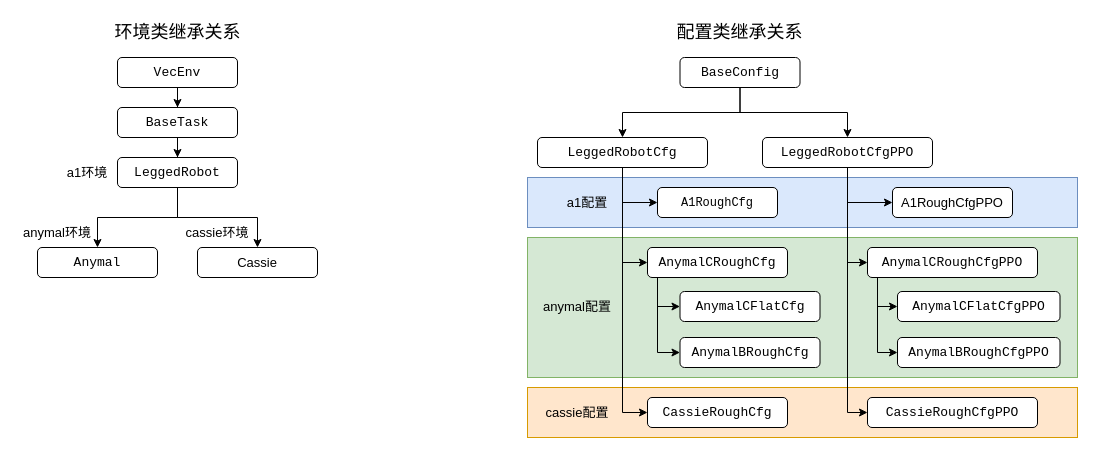
Above: legged_gym.drawio in ChenZheng29/mm_legged_gym (draw.io), before the change. Source tidied: cells renumbered, new cells numbered last; positions are measured from the earlier drawing's top-left corner, leaving out a move shared by most shapes. Both pictures are drawn from the tidied source at 100%, with x=0, y=0 at pixel (17, 17).
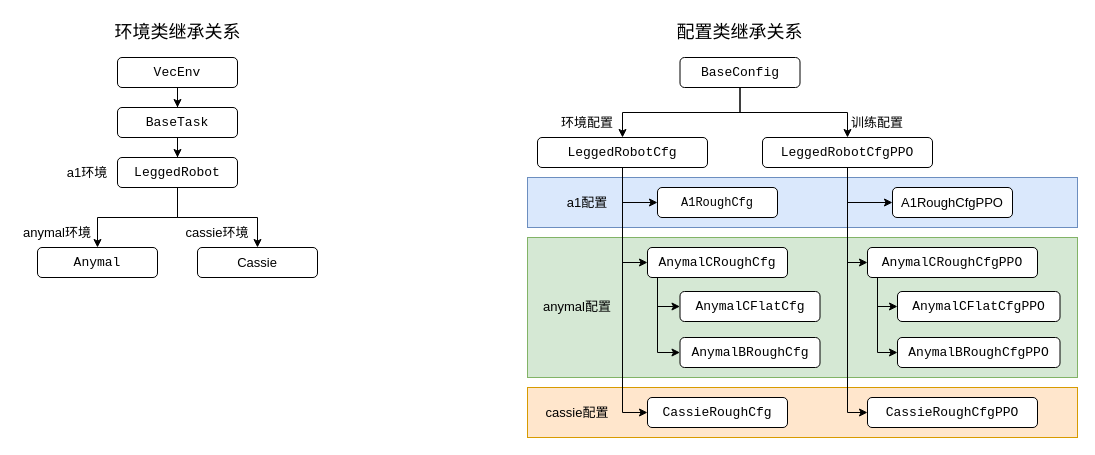
After the change.

The edit, as a diff of the source:
```diff
@@
+    <mxCell id="47" value="&lt;font style=&quot;font-size: 13px;&quot;&gt;环境配置&lt;/font&gt;" style="text;strokeColor=none;align=center;fillColor=none;html=1;verticalAlign=middle;whiteSpace=wrap;rounded=0;" parent="1" vertex="1">
+      <mxGeometry x="540" y="90" width="60" height="30" as="geometry" />
+    </mxCell>
+    <mxCell id="48" value="&lt;font style=&quot;font-size: 13px;&quot;&gt;训练配置&lt;/font&gt;" style="text;strokeColor=none;align=center;fillColor=none;html=1;verticalAlign=middle;whiteSpace=wrap;rounded=0;" parent="1" vertex="1">
+      <mxGeometry x="830" y="90" width="60" height="30" as="geometry" />
+    </mxCell>
```
